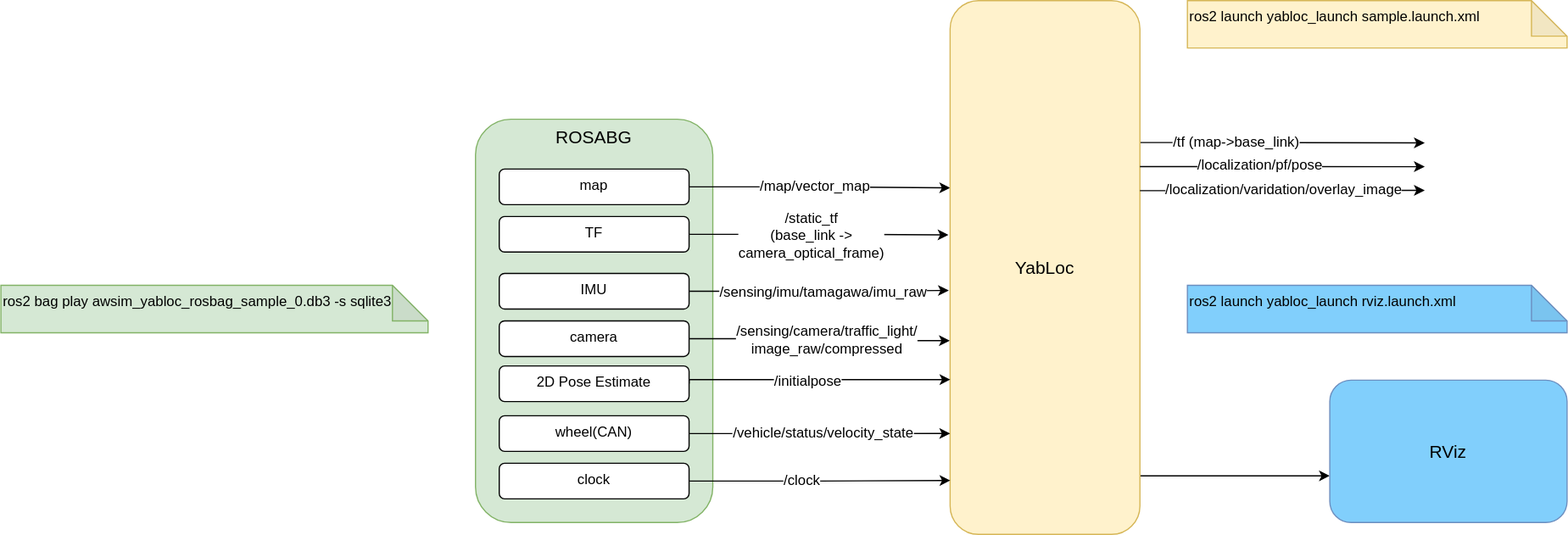
rsasaki0109/YabLoc keeps this draw.io diagram as docs/how_to_launch_quick_start_demo.drawio.svg. Above is the earlier version. Source tidied: cells renumbered, new cells last; positions are measured from the earlier drawing's top-left corner, leaving out a move shared by most shapes. Source of this version:
```xml
<mxGraphModel>
  <root>
    <mxCell id="0" />
    <mxCell id="1" parent="0" />
    <mxCell id="2" value="&lt;font style=&quot;font-size: 15px;&quot;&gt;ROSABG&lt;/font&gt;" style="rounded=1;whiteSpace=wrap;html=1;verticalAlign=top;fillColor=#d5e8d4;strokeColor=#82b366;" parent="1" vertex="1">
      <mxGeometry x="400" y="100" width="200" height="340" as="geometry" />
    </mxCell>
    <mxCell id="3" style="edgeStyle=orthogonalEdgeStyle;rounded=0;jettySize=auto;html=1;exitX=1;exitY=0.5;exitDx=0;exitDy=0;entryX=0;entryY=0.102;entryDx=0;entryDy=0;entryPerimeter=0;" parent="1" edge="1" source="5">
      <mxGeometry relative="1" as="geometry">
        <mxPoint x="800" y="157.9" as="targetPoint" />
      </mxGeometry>
    </mxCell>
    <mxCell id="4" value="&lt;font style=&quot;font-size: 12px;&quot;&gt;/map/vector_map&lt;/font&gt;" style="edgeLabel;html=1;align=center;verticalAlign=middle;" parent="3" vertex="1">
      <mxGeometry x="0.23" y="-1" relative="1" as="geometry">
        <mxPoint x="-30" y="-2" as="offset" />
      </mxGeometry>
    </mxCell>
    <mxCell id="5" value="map" style="rounded=1;whiteSpace=wrap;html=1;verticalAlign=top;" parent="1" vertex="1">
      <mxGeometry x="420" y="142" width="160" height="30" as="geometry" />
    </mxCell>
    <mxCell id="6" style="edgeStyle=orthogonalEdgeStyle;rounded=0;jettySize=auto;html=1;exitX=1;exitY=0.5;exitDx=0;exitDy=0;entryX=-0.009;entryY=0.19;entryDx=0;entryDy=0;entryPerimeter=0;" parent="1" edge="1" source="8">
      <mxGeometry relative="1" as="geometry">
        <mxPoint x="798.6" y="197.5" as="targetPoint" />
      </mxGeometry>
    </mxCell>
    <mxCell id="7" value="&lt;font style=&quot;font-size: 12px;&quot;&gt;/static_tf&lt;br&gt;(base_link -&amp;gt; &lt;br&gt;camera_optical_frame)&lt;/font&gt;" style="edgeLabel;html=1;align=center;verticalAlign=middle;fontSize=8;fontColor=#000000;" parent="6" vertex="1">
      <mxGeometry x="-0.19" y="-2" relative="1" as="geometry">
        <mxPoint x="13" y="-2" as="offset" />
      </mxGeometry>
    </mxCell>
    <mxCell id="8" value="TF" style="rounded=1;whiteSpace=wrap;html=1;verticalAlign=top;" parent="1" vertex="1">
      <mxGeometry x="420" y="182" width="160" height="30" as="geometry" />
    </mxCell>
    <mxCell id="9" style="edgeStyle=orthogonalEdgeStyle;rounded=0;jettySize=auto;html=1;fontSize=8;fontColor=#000000;exitX=1;exitY=0.266;exitDx=0;exitDy=0;exitPerimeter=0;" parent="1" edge="1" source="12">
      <mxGeometry relative="1" as="geometry">
        <mxPoint x="1200" y="120" as="targetPoint" />
      </mxGeometry>
    </mxCell>
    <mxCell id="10" value="/tf (map-&amp;gt;base_link)" style="edgeLabel;html=1;align=center;verticalAlign=middle;fontSize=12;fontColor=#000000;" parent="9" vertex="1">
      <mxGeometry x="-0.11" y="1" relative="1" as="geometry">
        <mxPoint x="-26" y="1" as="offset" />
      </mxGeometry>
    </mxCell>
    <mxCell id="11" style="edgeStyle=orthogonalEdgeStyle;rounded=0;jettySize=auto;html=1;entryX=0;entryY=0.672;entryDx=0;entryDy=0;fontSize=8;fontColor=#000000;entryPerimeter=0;" parent="1" edge="1" source="12" target="28">
      <mxGeometry relative="1" as="geometry">
        <Array as="points">
          <mxPoint x="1060" y="400" />
        </Array>
      </mxGeometry>
    </mxCell>
    <mxCell id="12" value="&lt;font style=&quot;font-size: 15px;&quot;&gt;YabLoc&lt;/font&gt;" style="rounded=1;whiteSpace=wrap;html=1;verticalAlign=middle;fillColor=#fff2cc;strokeColor=#d6b656;" parent="1" vertex="1">
      <mxGeometry x="800" width="160" height="450" as="geometry" />
    </mxCell>
    <mxCell id="13" value="&lt;font style=&quot;&quot;&gt;&lt;font style=&quot;font-size: 12px;&quot;&gt;&amp;nbsp;ros2 launch pcdless_launch sample.launch.xml&lt;br&gt;&lt;/font&gt;&lt;/font&gt;" style="shape=note;whiteSpace=wrap;html=1;backgroundOutline=1;darkOpacity=0.05;align=left;verticalAlign=top;fillColor=#fff2cc;strokeColor=#d6b656;" parent="1" vertex="1">
      <mxGeometry x="1000" width="320" height="40" as="geometry" />
    </mxCell>
    <mxCell id="14" style="edgeStyle=orthogonalEdgeStyle;rounded=0;jettySize=auto;html=1;exitX=1;exitY=0.5;exitDx=0;exitDy=0;entryX=-0.007;entryY=0.543;entryDx=0;entryDy=0;entryPerimeter=0;fontSize=8;fontColor=#000000;" parent="1" edge="1" source="16" target="12">
      <mxGeometry relative="1" as="geometry" />
    </mxCell>
    <mxCell id="15" value="/sensing/imu/tamagawa/imu_raw" style="edgeLabel;html=1;align=center;verticalAlign=middle;fontSize=12;fontColor=#000000;" parent="14" vertex="1">
      <mxGeometry x="-0.15" relative="1" as="geometry">
        <mxPoint x="19" as="offset" />
      </mxGeometry>
    </mxCell>
    <mxCell id="16" value="IMU" style="rounded=1;whiteSpace=wrap;html=1;verticalAlign=top;" parent="1" vertex="1">
      <mxGeometry x="420" y="230" width="160" height="30" as="geometry" />
    </mxCell>
    <mxCell id="17" style="edgeStyle=orthogonalEdgeStyle;rounded=0;jettySize=auto;html=1;exitX=1;exitY=0.5;exitDx=0;exitDy=0;entryX=-0.002;entryY=0.637;entryDx=0;entryDy=0;entryPerimeter=0;fontSize=8;fontColor=#000000;" parent="1" edge="1" source="19" target="12">
      <mxGeometry relative="1" as="geometry" />
    </mxCell>
    <mxCell id="18" value="/sensing/camera/traffic_light/&lt;br style=&quot;font-size: 12px;&quot;&gt;image_raw/compressed" style="edgeLabel;html=1;align=center;verticalAlign=middle;fontSize=12;fontColor=#000000;" parent="17" vertex="1">
      <mxGeometry x="-0.11" y="-1" relative="1" as="geometry">
        <mxPoint x="17" y="-1" as="offset" />
      </mxGeometry>
    </mxCell>
    <mxCell id="19" value="camera" style="rounded=1;whiteSpace=wrap;html=1;verticalAlign=top;" parent="1" vertex="1">
      <mxGeometry x="420" y="270" width="160" height="30" as="geometry" />
    </mxCell>
    <mxCell id="20" style="edgeStyle=orthogonalEdgeStyle;rounded=0;jettySize=auto;html=1;exitX=1;exitY=0.5;exitDx=0;exitDy=0;entryX=0;entryY=0.811;entryDx=0;entryDy=0;entryPerimeter=0;fontSize=8;fontColor=#000000;" parent="1" edge="1" source="22" target="12">
      <mxGeometry relative="1" as="geometry" />
    </mxCell>
    <mxCell id="21" value="/vehicle/status/velocity_state" style="edgeLabel;html=1;align=center;verticalAlign=middle;fontSize=12;fontColor=#000000;" parent="20" vertex="1">
      <mxGeometry x="-0.24" relative="1" as="geometry">
        <mxPoint x="30" as="offset" />
      </mxGeometry>
    </mxCell>
    <mxCell id="22" value="wheel(CAN)" style="rounded=1;whiteSpace=wrap;html=1;verticalAlign=top;" parent="1" vertex="1">
      <mxGeometry x="420" y="350" width="160" height="30" as="geometry" />
    </mxCell>
    <mxCell id="23" style="edgeStyle=orthogonalEdgeStyle;rounded=0;jettySize=auto;html=1;exitX=1;exitY=0.5;exitDx=0;exitDy=0;entryX=0.001;entryY=0.899;entryDx=0;entryDy=0;entryPerimeter=0;fontSize=8;fontColor=#000000;" parent="1" edge="1" source="25" target="12">
      <mxGeometry relative="1" as="geometry" />
    </mxCell>
    <mxCell id="24" value="/clock" style="edgeLabel;html=1;align=center;verticalAlign=middle;fontSize=12;fontColor=#000000;" parent="23" vertex="1">
      <mxGeometry x="-0.15" y="1" relative="1" as="geometry" />
    </mxCell>
    <mxCell id="25" value="clock" style="rounded=1;whiteSpace=wrap;html=1;verticalAlign=top;" parent="1" vertex="1">
      <mxGeometry x="420" y="390" width="160" height="30" as="geometry" />
    </mxCell>
    <mxCell id="26" style="edgeStyle=orthogonalEdgeStyle;rounded=0;jettySize=auto;html=1;exitX=1;exitY=0.5;exitDx=0;exitDy=0;fontSize=8;fontColor=#000000;entryX=0.001;entryY=0.71;entryDx=0;entryDy=0;entryPerimeter=0;" parent="1" edge="1" source="35" target="12">
      <mxGeometry relative="1" as="geometry">
        <Array as="points">
          <mxPoint x="580" y="320" />
          <mxPoint x="800" y="320" />
        </Array>
      </mxGeometry>
    </mxCell>
    <mxCell id="27" value="/initialpose" style="edgeLabel;html=1;align=center;verticalAlign=middle;fontSize=12;fontColor=#000000;" parent="26" vertex="1">
      <mxGeometry x="-0.08" y="-1" relative="1" as="geometry" />
    </mxCell>
    <mxCell id="28" value="&lt;font style=&quot;font-size: 15px;&quot;&gt;RViz&lt;/font&gt;" style="rounded=1;whiteSpace=wrap;html=1;verticalAlign=middle;fillColor=#81CFFC;strokeColor=#6c8ebf;" parent="1" vertex="1">
      <mxGeometry x="1120" y="320" width="200" height="120" as="geometry" />
    </mxCell>
    <mxCell id="29" value="&lt;font style=&quot;&quot;&gt;&lt;font style=&quot;font-size: 12px;&quot;&gt;&amp;nbsp;ros2 launch pcdless_launch rviz.launch.xml&lt;/font&gt;&lt;br&gt;&lt;/font&gt;" style="shape=note;whiteSpace=wrap;html=1;backgroundOutline=1;darkOpacity=0.05;align=left;verticalAlign=top;fillColor=#81CFFC;strokeColor=#6c8ebf;" parent="1" vertex="1">
      <mxGeometry x="1000" y="240" width="320" height="40" as="geometry" />
    </mxCell>
    <mxCell id="30" style="edgeStyle=orthogonalEdgeStyle;rounded=0;jettySize=auto;html=1;fontSize=8;fontColor=#000000;exitX=1;exitY=0.311;exitDx=0;exitDy=0;exitPerimeter=0;" parent="1" edge="1" source="12">
      <mxGeometry relative="1" as="geometry">
        <mxPoint x="1200" y="140" as="targetPoint" />
      </mxGeometry>
    </mxCell>
    <mxCell id="31" value="/localization/pf/pose" style="edgeLabel;html=1;align=center;verticalAlign=middle;fontSize=12;fontColor=#000000;" parent="30" vertex="1">
      <mxGeometry x="-0.11" y="1" relative="1" as="geometry">
        <mxPoint x="-6" as="offset" />
      </mxGeometry>
    </mxCell>
    <mxCell id="32" style="edgeStyle=orthogonalEdgeStyle;rounded=0;jettySize=auto;html=1;fontSize=8;fontColor=#000000;exitX=1;exitY=0.356;exitDx=0;exitDy=0;exitPerimeter=0;" parent="1" edge="1" source="12">
      <mxGeometry relative="1" as="geometry">
        <mxPoint x="1200" y="160" as="targetPoint" />
      </mxGeometry>
    </mxCell>
    <mxCell id="33" value="/localization/varidation/overlay_image" style="edgeLabel;html=1;align=center;verticalAlign=middle;fontSize=12;fontColor=#000000;" parent="32" vertex="1">
      <mxGeometry x="-0.11" y="1" relative="1" as="geometry">
        <mxPoint x="14" as="offset" />
      </mxGeometry>
    </mxCell>
    <mxCell id="34" value="&lt;div style=&quot;font-size: 12px;&quot;&gt;&lt;div style=&quot;font-size: 12px;&quot;&gt;&lt;font style=&quot;font-size: 12px;&quot;&gt;ros2 bag play&amp;nbsp;awsim_yabloc_rosbag_sample_0.db3 &lt;/font&gt;&lt;span style=&quot;background-color: initial;&quot;&gt;-s sqlite3&amp;nbsp;&lt;/span&gt;&lt;/div&gt;&lt;/div&gt;" style="shape=note;whiteSpace=wrap;html=1;backgroundOutline=1;darkOpacity=0.05;align=left;verticalAlign=top;fillColor=#d5e8d4;strokeColor=#82b366;spacing=2;fontSize=12;" parent="1" vertex="1">
      <mxGeometry y="240" width="360" height="40" as="geometry" />
    </mxCell>
    <mxCell id="35" value="2D Pose Estimate" style="rounded=1;whiteSpace=wrap;html=1;verticalAlign=top;" parent="1" vertex="1">
      <mxGeometry x="420" y="308" width="160" height="30" as="geometry" />
    </mxCell>
  </root>
</mxGraphModel>
```
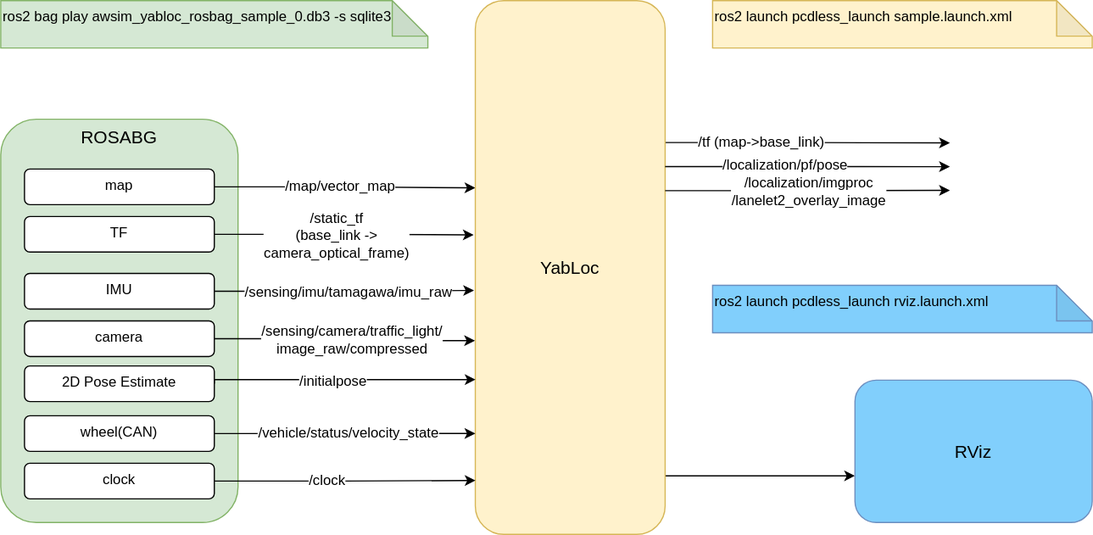
The same diagram one commit later.

Diff of the diagram source:
```diff
@@ -128,13 +128,13 @@
         <mxPoint x="1200" y="160" as="targetPoint" />
       </mxGeometry>
     </mxCell>
-    <mxCell id="33" value="/localization/varidation/overlay_image" style="edgeLabel;html=1;align=center;verticalAlign=middle;fontSize=12;fontColor=#000000;" parent="32" vertex="1">
+    <mxCell id="33" value="/localization/imgproc&lt;br&gt;/lanelet2_overlay_image" style="edgeLabel;html=1;align=center;verticalAlign=middle;fontSize=12;fontColor=#000000;" parent="32" vertex="1">
       <mxGeometry x="-0.11" y="1" relative="1" as="geometry">
-        <mxPoint x="14" as="offset" />
+        <mxPoint x="14" y="1" as="offset" />
       </mxGeometry>
     </mxCell>
     <mxCell id="34" value="&lt;div style=&quot;font-size: 12px;&quot;&gt;&lt;div style=&quot;font-size: 12px;&quot;&gt;&lt;font style=&quot;font-size: 12px;&quot;&gt;ros2 bag play&amp;nbsp;awsim_yabloc_rosbag_sample_0.db3 &lt;/font&gt;&lt;span style=&quot;background-color: initial;&quot;&gt;-s sqlite3&amp;nbsp;&lt;/span&gt;&lt;/div&gt;&lt;/div&gt;" style="shape=note;whiteSpace=wrap;html=1;backgroundOutline=1;darkOpacity=0.05;align=left;verticalAlign=top;fillColor=#d5e8d4;strokeColor=#82b366;spacing=2;fontSize=12;" parent="1" vertex="1">
-      <mxGeometry y="240" width="360" height="40" as="geometry" />
+      <mxGeometry x="400" width="360" height="40" as="geometry" />
     </mxCell>
     <mxCell id="35" value="2D Pose Estimate" style="rounded=1;whiteSpace=wrap;html=1;verticalAlign=top;" parent="1" vertex="1">
       <mxGeometry x="420" y="308" width="160" height="30" as="geometry" />
```
